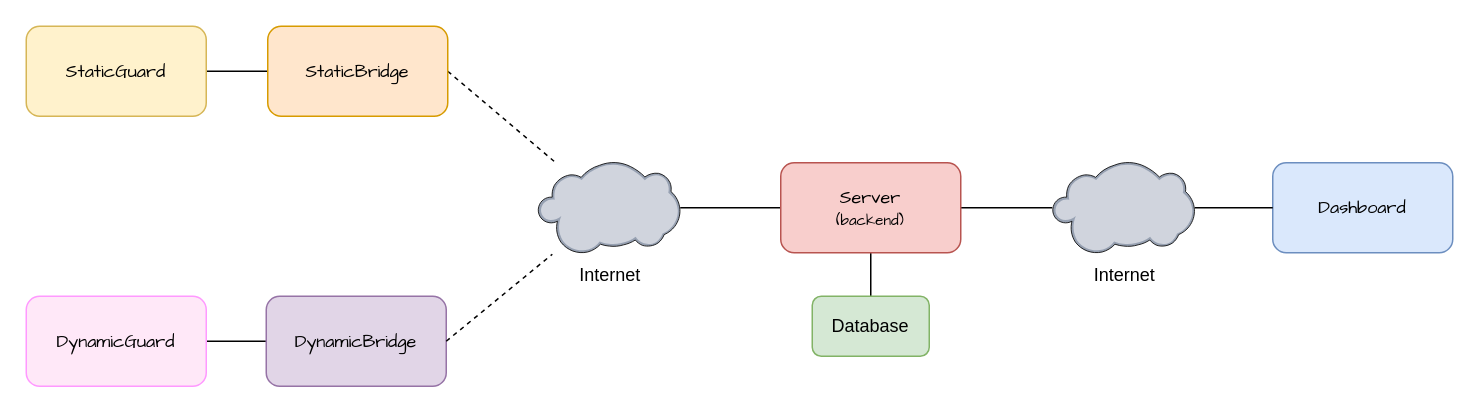
Before: doc/diagrams/paveguard.drawio in nricciardi/pave-guard, a draw.io diagram. Source tidied: cells renumbered, new cells numbered last; positions are measured from the earlier drawing's top-left corner, leaving out a move shared by most shapes. Both pictures are drawn from the tidied source at 150%, with x=0, y=0 at pixel (26, 26).
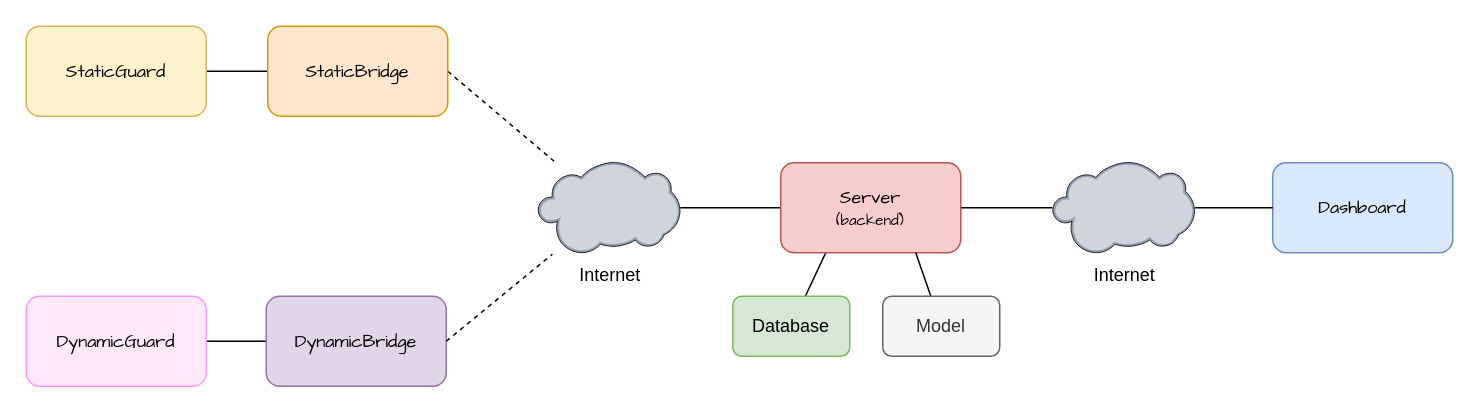
The same page after the edit.

Unchanged cells that the change refers to:
```xml
<mxCell id="9" value="&lt;div&gt;&lt;font face=&quot;Comic Sans MS&quot;&gt;Server&lt;/font&gt;&lt;/div&gt;&lt;div&gt;&lt;font style=&quot;font-size: 10px;&quot; face=&quot;Comic Sans MS&quot;&gt;(backend)&lt;br&gt;&lt;/font&gt;&lt;/div&gt;" style="rounded=1;whiteSpace=wrap;html=1;fillColor=#f8cecc;strokeColor=#b85450;" parent="1" vertex="1">
  <mxGeometry x="503" y="91" width="120" height="60" as="geometry" />
</mxCell>
```

What changed in the source:
```diff
@@
-    <mxCell id="8" style="edgeStyle=orthogonalEdgeStyle;rounded=0;jettySize=auto;html=1;endArrow=none;startFill=0;" parent="1" edge="1" source="9" target="18">
+    <mxCell id="8" style="rounded=0;jettySize=auto;html=1;endArrow=none;startFill=0;exitX=0.25;exitY=1;exitDx=0;exitDy=0;" parent="1" edge="1" source="9" target="18">
       <mxGeometry relative="1" as="geometry" />
     </mxCell>
@@
     <mxCell id="18" value="Database" style="rounded=1;whiteSpace=wrap;html=1;fillColor=#d5e8d4;strokeColor=#82b366;" parent="1" vertex="1">
-      <mxGeometry x="524" y="180" width="78" height="40" as="geometry" />
+      <mxGeometry x="471" y="180" width="78" height="40" as="geometry" />
     </mxCell>
+    <mxCell id="19" style="rounded=0;jettySize=auto;html=1;entryX=0.75;entryY=1;entryDx=0;entryDy=0;endArrow=none;startFill=0;" parent="1" edge="1" source="20" target="9">
+      <mxGeometry relative="1" as="geometry" />
+    </mxCell>
+    <mxCell id="20" value="Model" style="rounded=1;whiteSpace=wrap;html=1;fillColor=#f5f5f5;strokeColor=#666666;fontColor=#333333;" parent="1" vertex="1">
+      <mxGeometry x="571" y="180" width="78" height="40" as="geometry" />
+    </mxCell>
```
